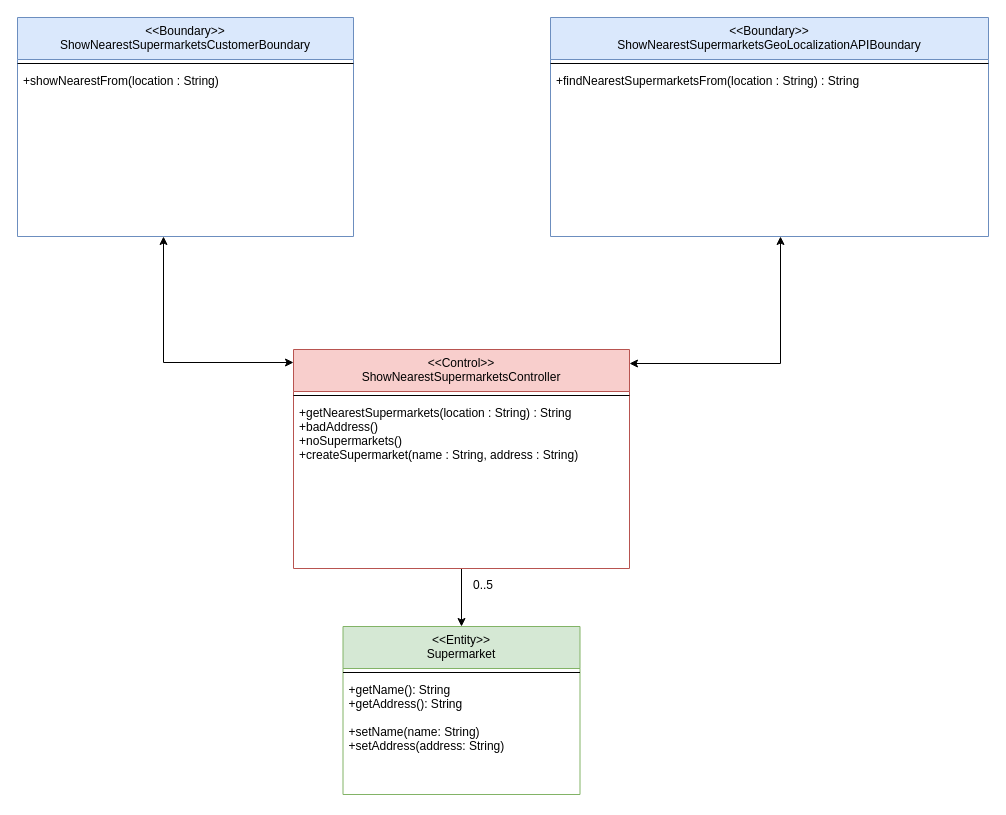
Before: docx&pdf/ClassDiagram_BCE/ShowNearestSupermarket_BCE.drawio in FredHats99/HealthyCart, a draw.io diagram. Source tidied: cells renumbered, new cells numbered last; positions are measured from the earlier drawing's top-left corner, leaving out a move shared by most shapes. Both pictures are drawn from the tidied source at 100%, with x=0, y=0 at pixel (17, 17).
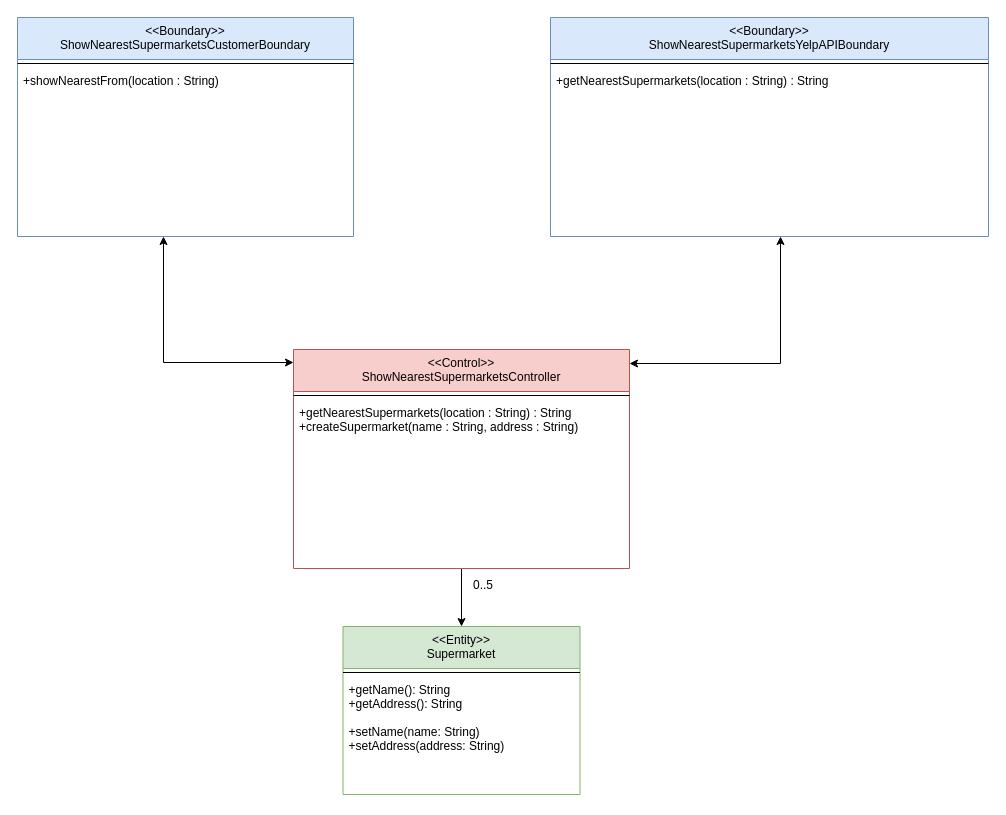
After the change.

Unchanged cells that the change refers to:
```xml
<mxCell id="6" value="&lt;&lt;Control&gt;&gt;&#10;ShowNearestSupermarketsController&#10;" style="swimlane;fontStyle=0;align=center;verticalAlign=top;horizontal=1;startSize=42;rounded=0;shadow=0;strokeWidth=1;fillColor=#f8cecc;strokeColor=#b85450;" parent="1" vertex="1">
  <mxGeometry x="276" y="332" width="336" height="219" as="geometry" />
</mxCell>
```

What changed in the source:
```diff
@@
-    <mxCell id="8" value="+getNearestSupermarkets(location : String) : String&#10;+badAddress()&#10;+noSupermarkets()&#10;+createSupermarket(name : String, address : String)&#10;" style="text;align=left;verticalAlign=top;spacingLeft=4;spacingRight=4;overflow=hidden;" parent="6" vertex="1">
+    <mxCell id="8" value="+getNearestSupermarkets(location : String) : String&#10;+createSupermarket(name : String, address : String)&#10;" style="text;align=left;verticalAlign=top;spacingLeft=4;spacingRight=4;overflow=hidden;" parent="6" vertex="1">
       <mxGeometry y="50" width="336" height="118" as="geometry" />
     </mxCell>
@@
-    <mxCell id="14" value="&lt;&lt;Boundary&gt;&gt;&#10;ShowNearestSupermarketsGeoLocalizationAPIBoundary" style="swimlane;fontStyle=0;align=center;verticalAlign=top;horizontal=1;startSize=42;rounded=0;shadow=0;strokeWidth=1;fillColor=#dae8fc;strokeColor=#6c8ebf;" parent="1" vertex="1">
+    <mxCell id="14" value="&lt;&lt;Boundary&gt;&gt;&#10;ShowNearestSupermarketsYelpAPIBoundary" style="swimlane;fontStyle=0;align=center;verticalAlign=top;horizontal=1;startSize=42;rounded=0;shadow=0;strokeWidth=1;fillColor=#dae8fc;strokeColor=#6c8ebf;" parent="1" vertex="1">
       <mxGeometry x="533" width="438" height="219" as="geometry" />
     </mxCell>
@@
-    <mxCell id="16" value="+findNearestSupermarketsFrom(location : String) : String" style="text;align=left;verticalAlign=top;spacingLeft=4;spacingRight=4;overflow=hidden;" parent="14" vertex="1">
+    <mxCell id="16" value="+getNearestSupermarkets(location : String) : String" style="text;align=left;verticalAlign=top;spacingLeft=4;spacingRight=4;overflow=hidden;" parent="14" vertex="1">
       <mxGeometry y="50" width="438" height="118" as="geometry" />
     </mxCell>
```
